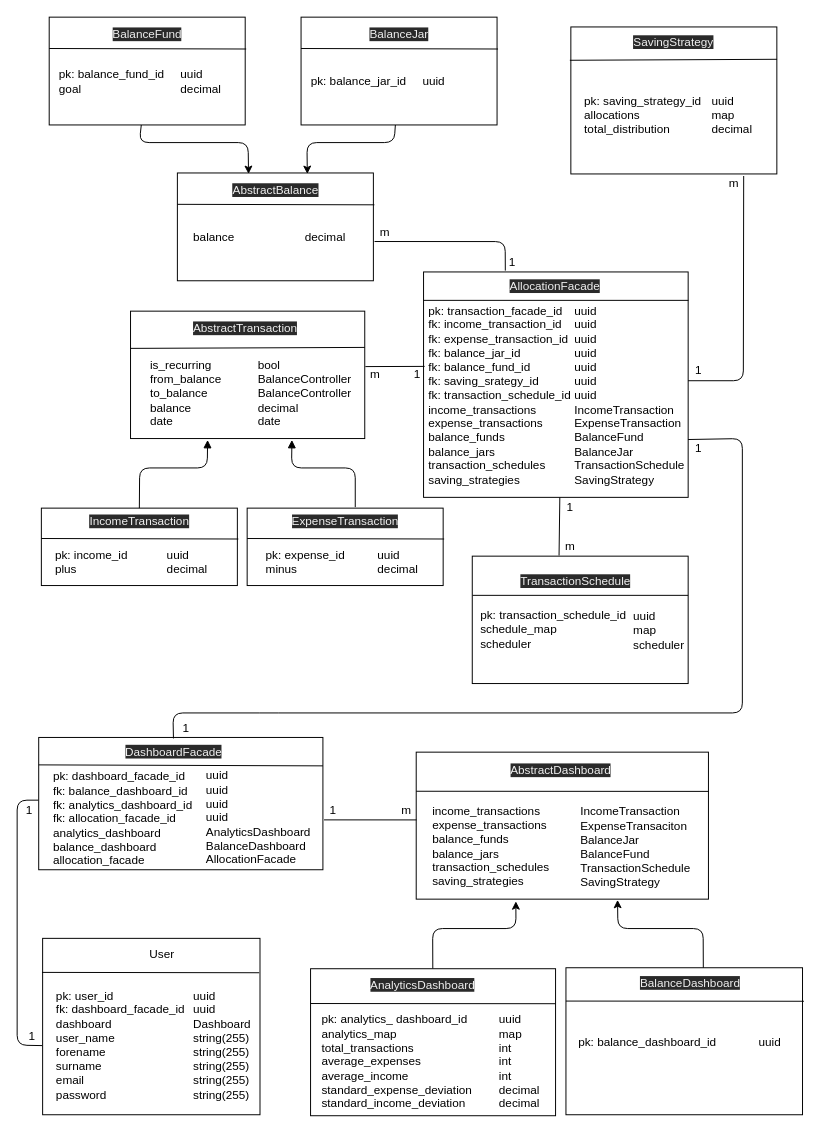
This is backend/entities.drawio from quantumfate/moneyjar, a draw.io file, before an edit. Source tidied: cells renumbered, new cells numbered last; positions are measured from the earlier drawing's top-left corner, leaving out a move shared by most shapes. Both pictures are drawn from the tidied source at 98%, with x=0, y=0 at pixel (17, 17).
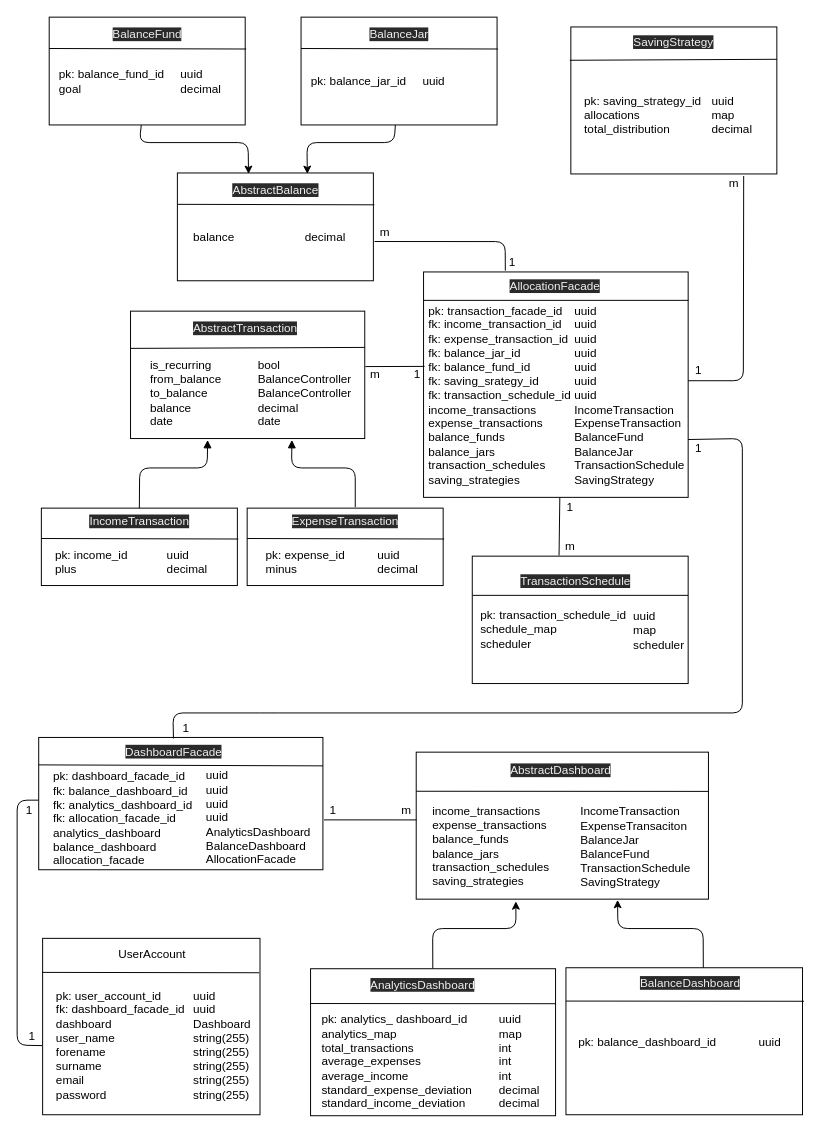
The same page after the edit.

Change to the diagram source:
```diff
@@
-    <mxCell id="7" value="pk: user_id&lt;br&gt;fk: dashboard_facade_id&lt;br&gt;dashboard&lt;br&gt;user_name&lt;br&gt;forename&lt;br&gt;surname&lt;br&gt;email&lt;br&gt;password" style="text;html=1;strokeColor=none;fillColor=none;align=left;verticalAlign=middle;whiteSpace=wrap;rounded=0;" parent="1" vertex="1">
+    <mxCell id="7" value="pk: user_account_id&lt;br&gt;fk: dashboard_facade_id&lt;br&gt;dashboard&lt;br&gt;user_name&lt;br&gt;forename&lt;br&gt;surname&lt;br&gt;email&lt;br&gt;password" style="text;html=1;strokeColor=none;fillColor=none;align=left;verticalAlign=middle;whiteSpace=wrap;rounded=0;" parent="1" vertex="1">
       <mxGeometry x="37.8" y="999" width="138.2" height="100" as="geometry" />
     </mxCell>
@@
-    <mxCell id="41" value="&lt;div&gt;&lt;span&gt;User&lt;/span&gt;&lt;/div&gt;" style="text;whiteSpace=wrap;html=1;align=center;" parent="1" vertex="1">
-      <mxGeometry x="122.8" y="943" width="50" height="29" as="geometry" />
+    <mxCell id="41" value="&lt;div&gt;&lt;span&gt;UserAccount&lt;/span&gt;&lt;/div&gt;" style="text;whiteSpace=wrap;html=1;align=center;" parent="1" vertex="1">
+      <mxGeometry x="112.8" y="943" width="50" height="29" as="geometry" />
     </mxCell>
```
